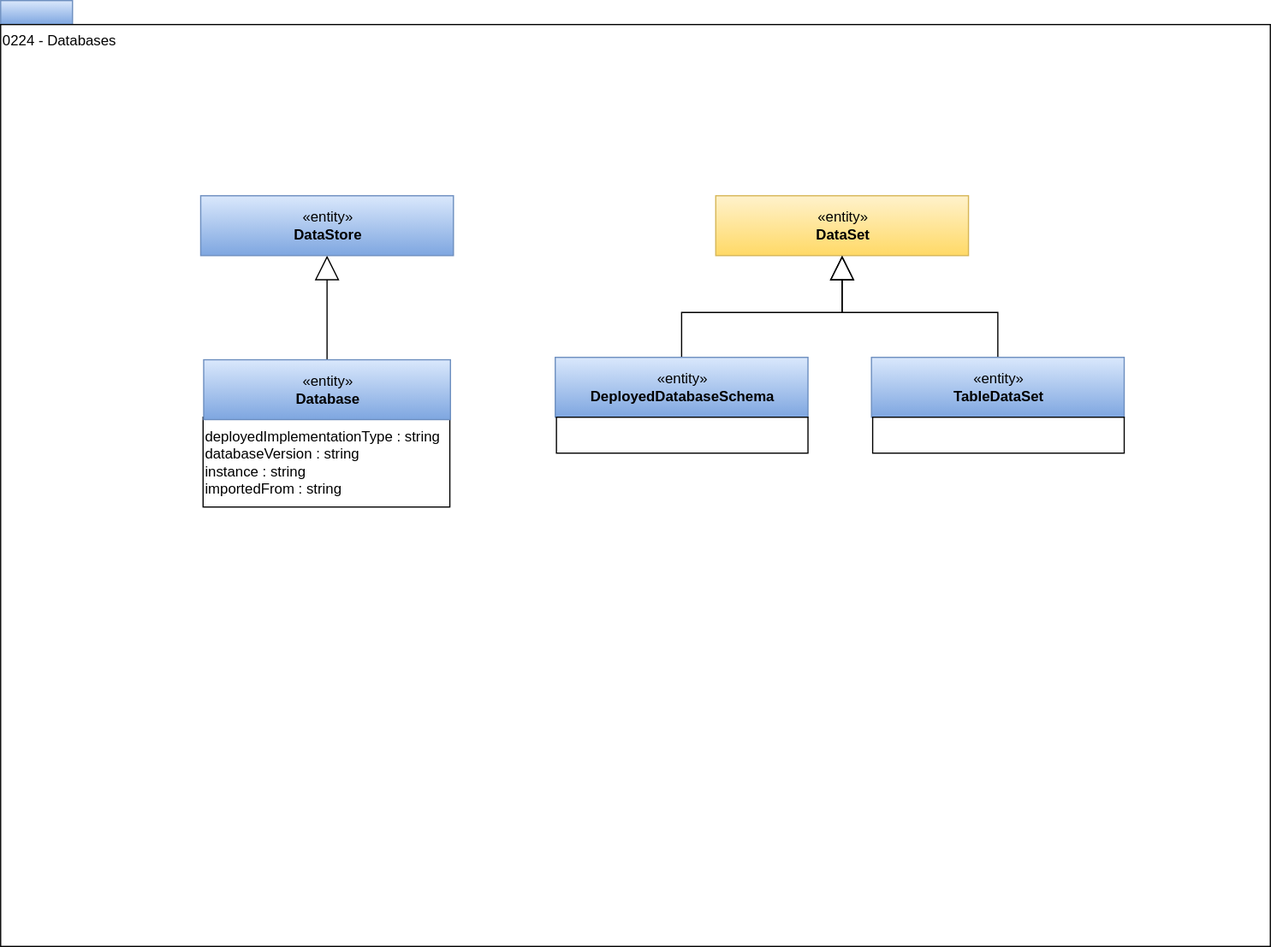
odpi/egeria-docs keeps this draw.io diagram as site/docs/types/2/0224-Databases.svg. Above is the earlier version. Source tidied: cells renumbered, new cells last; positions are measured from the earlier drawing's top-left corner, leaving out a move shared by most shapes.
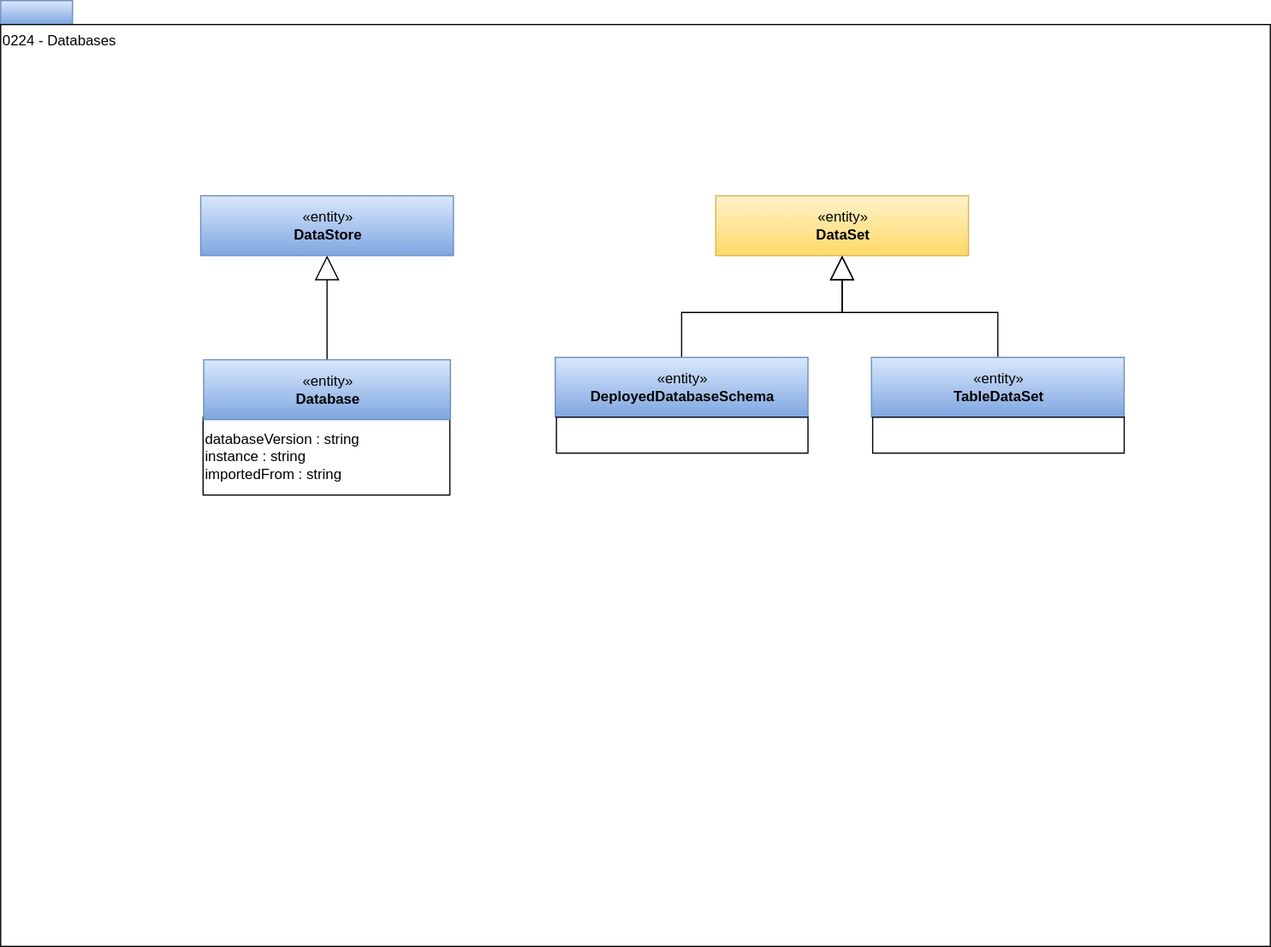
After the commit.

Diff of the diagram source:
```diff
@@ -20,8 +20,8 @@
     <mxCell id="7" value="«entity»&lt;br&gt;&lt;b&gt;DataSet&lt;/b&gt;" style="html=1;strokeColor=#d6b656;align=center;fillColor=#fff2cc;gradientColor=#ffd966;" parent="1" vertex="1">
       <mxGeometry x="597" y="163" width="211" height="50" as="geometry" />
     </mxCell>
-    <mxCell id="8" value="deployedImplementationType : string&lt;br&gt;databaseVersion : string&lt;br&gt;instance : string&lt;br&gt;importedFrom : string" style="rounded=0;whiteSpace=wrap;html=1;strokeColor=#000000;gradientColor=#ffffff;align=left;" parent="1" vertex="1">
-      <mxGeometry x="169" y="348" width="206" height="75" as="geometry" />
+    <mxCell id="8" value="databaseVersion : string&lt;br&gt;instance : string&lt;br&gt;importedFrom : string" style="rounded=0;whiteSpace=wrap;html=1;strokeColor=#000000;gradientColor=#ffffff;align=left;" parent="1" vertex="1">
+      <mxGeometry x="169" y="348" width="206" height="65" as="geometry" />
     </mxCell>
     <mxCell id="9" style="edgeStyle=orthogonalEdgeStyle;rounded=0;jettySize=auto;html=1;exitX=0.5;exitY=0;exitDx=0;exitDy=0;strokeWidth=1;endArrow=block;endFill=0;endSize=18;" parent="1" edge="1" source="10" target="11">
       <mxGeometry relative="1" as="geometry" />
```
